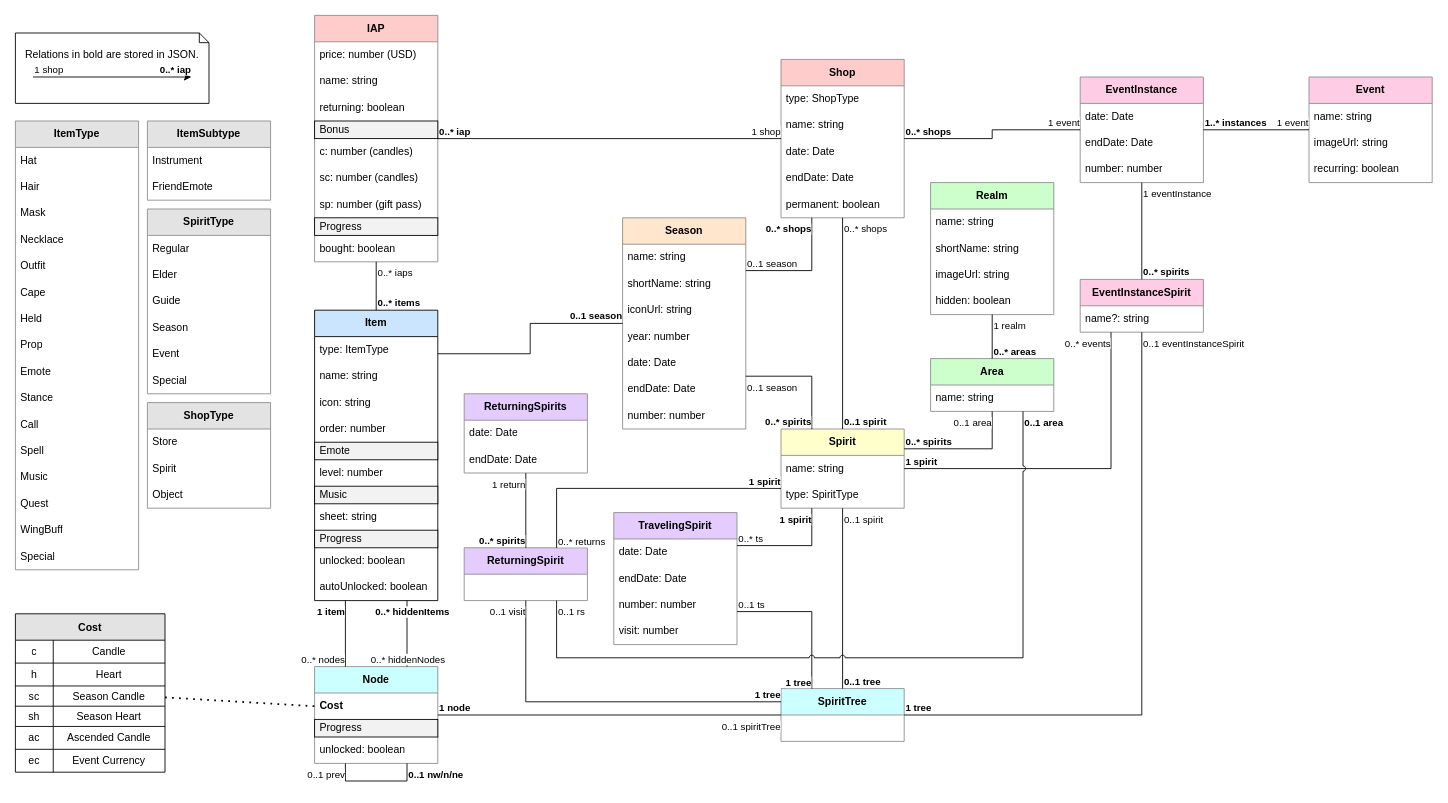
Earlier version of the draw.io diagram diagrams/SkyPlannerData.drawio (Silverfeelin/SkyGame-Planner). Source tidied: cells renumbered, new cells numbered last; positions are measured from the earlier drawing's top-left corner, leaving out a move shared by most shapes. Both pictures are drawn from the tidied source at 88%, with x=0, y=0 at pixel (15, 15).
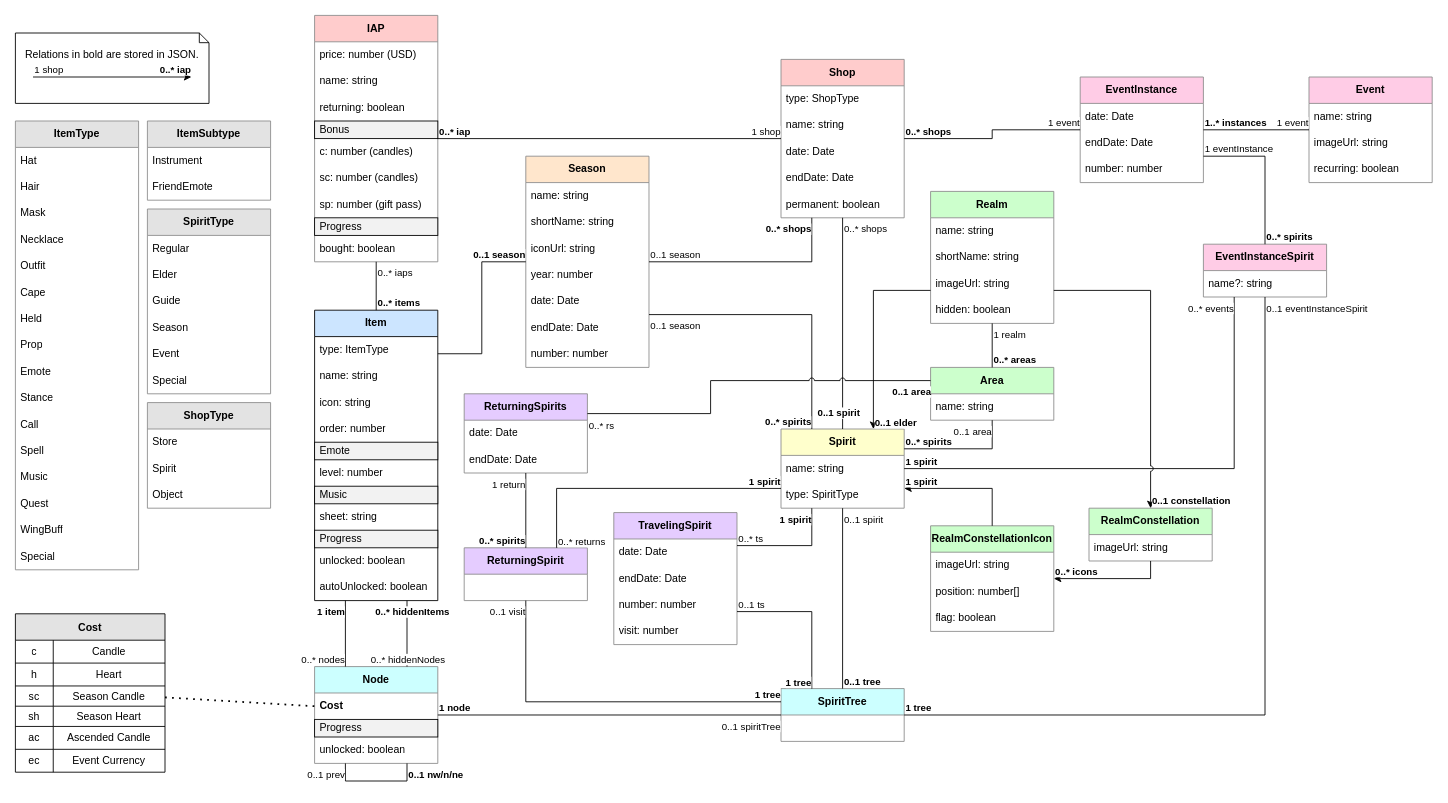
The same page after the edit.

The change refers to these unchanged cells:
```xml
<mxCell id="56" value="ReturningSpirits" style="swimlane;fontStyle=1;horizontal=1;startSize=30;whiteSpace=wrap;html=1;fillStyle=auto;strokeColor=#8C8C8C;fillColor=#E5CCFF;" parent="1" vertex="1">
  <mxGeometry x="510" y="430" width="140" height="90" as="geometry" />
</mxCell>
<mxCell id="59" value="ReturningSpirit" style="swimlane;fontStyle=1;horizontal=1;startSize=30;whiteSpace=wrap;html=1;fillStyle=auto;strokeColor=#8C8C8C;fillColor=#E5CCFF;" parent="1" vertex="1">
  <mxGeometry x="510" y="605" width="140" height="60" as="geometry" />
</mxCell>
<mxCell id="68" value="Shop" style="swimlane;fontStyle=1;horizontal=1;startSize=30;whiteSpace=wrap;html=1;fillStyle=auto;strokeColor=#8C8C8C;fillColor=#FFCCCC;" parent="1" vertex="1">
  <mxGeometry x="870" y="50" width="140" height="180" as="geometry" />
</mxCell>
<mxCell id="75" value="Spirit" style="swimlane;fontStyle=1;horizontal=1;startSize=30;whiteSpace=wrap;html=1;fillStyle=auto;strokeColor=#8C8C8C;fillColor=#FFFFCC;" parent="1" vertex="1">
  <mxGeometry x="870" y="470" width="140" height="90" as="geometry" />
</mxCell>
<mxCell id="93" value="EventInstance" style="swimlane;fontStyle=1;horizontal=1;startSize=30;whiteSpace=wrap;html=1;fillStyle=auto;strokeColor=#8C8C8C;fillColor=#FFCCE6;" parent="1" vertex="1">
  <mxGeometry x="1210" y="70" width="140" height="120" as="geometry" />
</mxCell>
<mxCell id="143" style="endArrow=none;html=1;rounded=0;edgeStyle=orthogonalEdgeStyle;elbow=vertical;endFill=0;jumpStyle=none;exitX=0.5;exitY=1;exitDx=0;exitDy=0;entryX=0.5;entryY=0;entryDx=0;entryDy=0;" parent="1" edge="1" source="68" target="75">
  <mxGeometry relative="1" as="geometry" />
</mxCell>
```

Change to the diagram source:
```diff
@@
     <mxCell id="45" value="Area" style="swimlane;fontStyle=1;horizontal=1;startSize=30;whiteSpace=wrap;html=1;fillStyle=auto;strokeColor=#8C8C8C;fillColor=#CCFFCC;" parent="1" vertex="1">
-      <mxGeometry x="1040" y="390" width="140" height="60" as="geometry" />
+      <mxGeometry x="1040" y="400" width="140" height="60" as="geometry" />
     </mxCell>
@@
     <mxCell id="47" value="Realm" style="swimlane;fontStyle=1;horizontal=1;startSize=30;whiteSpace=wrap;html=1;fillStyle=auto;strokeColor=#8C8C8C;fillColor=#CCFFCC;" parent="1" vertex="1">
-      <mxGeometry x="1040" y="190" width="140" height="150" as="geometry" />
+      <mxGeometry x="1040" y="200" width="140" height="150" as="geometry" />
     </mxCell>
@@
     <mxCell id="60" value="Season" style="swimlane;fontStyle=1;horizontal=1;startSize=30;whiteSpace=wrap;html=1;fillStyle=auto;strokeColor=#8C8C8C;fillColor=#FFE6CC;" parent="1" vertex="1">
-      <mxGeometry x="690" y="230" width="140" height="240" as="geometry" />
+      <mxGeometry x="580" y="160" width="140" height="240" as="geometry" />
     </mxCell>
@@
     <mxCell id="129" value="EventInstanceSpirit" style="swimlane;fontStyle=1;horizontal=1;startSize=30;whiteSpace=wrap;html=1;fillStyle=auto;strokeColor=#8C8C8C;fillColor=#FFCCE6;" parent="1" vertex="1">
-      <mxGeometry x="1210" y="300" width="140" height="60" as="geometry" />
+      <mxGeometry x="1350" y="260" width="140" height="60" as="geometry" />
     </mxCell>
@@
-    <mxCell id="135" style="endArrow=none;html=1;rounded=0;edgeStyle=orthogonalEdgeStyle;elbow=vertical;endFill=0;" parent="1" edge="1" source="129" target="93">
+    <mxCell id="135" style="endArrow=none;html=1;rounded=0;edgeStyle=orthogonalEdgeStyle;elbow=vertical;endFill=0;entryX=1;entryY=0.75;entryDx=0;entryDy=0;exitX=0.5;exitY=0;exitDx=0;exitDy=0;" parent="1" edge="1" source="129" target="93">
       <mxGeometry relative="1" as="geometry" />
     </mxCell>
@@
-    <mxCell id="138" value="1 eventInstance" style="edgeLabel;html=1;align=left;verticalAlign=top;fillStyle=auto;strokeColor=#8C8C8C;fillColor=#E3E3E3;fontStyle=0;" parent="135" vertex="1">
+    <mxCell id="138" value="1 eventInstance" style="edgeLabel;html=1;align=left;verticalAlign=bottom;fillStyle=auto;strokeColor=#8C8C8C;fillColor=#E3E3E3;fontStyle=0;" parent="135" vertex="1">
       <mxGeometry x="1" relative="1" as="geometry" />
     </mxCell>
@@
     <mxCell id="146" value="0..1 spirit" style="edgeLabel;html=1;align=left;verticalAlign=bottom;fillStyle=auto;strokeColor=#8C8C8C;fillColor=#E3E3E3;fontStyle=1;" parent="143" vertex="1">
-      <mxGeometry x="1" relative="1" as="geometry" />
+      <mxGeometry x="1" relative="1" as="geometry">
+        <mxPoint x="-30" y="-10" as="offset" />
+      </mxGeometry>
     </mxCell>
-    <mxCell id="147" style="endArrow=none;html=1;rounded=0;edgeStyle=orthogonalEdgeStyle;elbow=vertical;endFill=0;jumpStyle=none;exitX=0.25;exitY=1;exitDx=0;exitDy=0;entryX=1;entryY=0.25;entryDx=0;entryDy=0;" parent="1" edge="1" source="68" target="60">
+    <mxCell id="147" style="endArrow=none;html=1;rounded=0;edgeStyle=orthogonalEdgeStyle;elbow=vertical;endFill=0;jumpStyle=none;exitX=0.25;exitY=1;exitDx=0;exitDy=0;entryX=1;entryY=0.5;entryDx=0;entryDy=0;" parent="1" edge="1" source="68" target="60">
       <mxGeometry relative="1" as="geometry" />
     </mxCell>
@@
-    <mxCell id="187" style="endArrow=none;html=1;rounded=0;edgeStyle=orthogonalEdgeStyle;elbow=vertical;endFill=0;entryX=0.75;entryY=1;entryDx=0;entryDy=0;exitX=0.75;exitY=1;exitDx=0;exitDy=0;jumpStyle=arc;" parent="1" edge="1" source="59" target="45">
+    <mxCell id="187" style="endArrow=none;html=1;rounded=0;edgeStyle=orthogonalEdgeStyle;elbow=vertical;endFill=0;entryX=0;entryY=0.25;entryDx=0;entryDy=0;exitX=1;exitY=0.25;exitDx=0;exitDy=0;jumpStyle=arc;" parent="1" edge="1" source="56" target="45">
       <mxGeometry relative="1" as="geometry">
         <Array as="points">
-          <mxPoint x="615" y="730" />
-          <mxPoint x="1145" y="730" />
+          <mxPoint x="790" y="452" />
+          <mxPoint x="790" y="415" />
         </Array>
       </mxGeometry>
     </mxCell>
@@
-    <mxCell id="189" value="&lt;span style=&quot;font-weight: normal;&quot;&gt;0..1 rs&lt;/span&gt;" style="edgeLabel;html=1;align=left;verticalAlign=top;fillStyle=auto;strokeColor=#8C8C8C;fillColor=#E3E3E3;fontStyle=1;" parent="187" vertex="1">
+    <mxCell id="189" value="&lt;span style=&quot;font-weight: normal;&quot;&gt;0..* rs&lt;/span&gt;" style="edgeLabel;html=1;align=left;verticalAlign=top;fillStyle=auto;strokeColor=#8C8C8C;fillColor=#E3E3E3;fontStyle=1;" parent="187" vertex="1">
       <mxGeometry x="-1" relative="1" as="geometry" />
     </mxCell>
-    <mxCell id="190" value="0..1 area" style="edgeLabel;html=1;align=left;verticalAlign=top;fillStyle=auto;strokeColor=#8C8C8C;fillColor=#E3E3E3;fontStyle=1;" parent="187" vertex="1">
+    <mxCell id="190" value="0..1 area" style="edgeLabel;html=1;align=right;verticalAlign=top;fillStyle=auto;strokeColor=#8C8C8C;fillColor=#E3E3E3;fontStyle=1;" parent="187" vertex="1">
       <mxGeometry x="1" relative="1" as="geometry" />
     </mxCell>
@@
+    <mxCell id="225" style="endArrow=classic;html=1;rounded=0;edgeStyle=orthogonalEdgeStyle;elbow=vertical;endFill=1;entryX=0.75;entryY=0;entryDx=0;entryDy=0;exitX=0;exitY=0.75;exitDx=0;exitDy=0;" parent="1" edge="1" source="47" target="75">
+      <mxGeometry relative="1" as="geometry" />
+    </mxCell>
+    <mxCell id="226" value="&lt;br&gt;" style="edgeLabel;html=1;align=center;verticalAlign=middle;fillStyle=auto;strokeColor=#8C8C8C;fillColor=#E3E3E3;" parent="225" vertex="1">
+      <mxGeometry relative="1" as="geometry" />
+    </mxCell>
+    <mxCell id="227" style="edgeLabel;html=1;align=right;verticalAlign=top;fillStyle=auto;strokeColor=#8C8C8C;fillColor=#E3E3E3;" parent="225" vertex="1">
+      <mxGeometry x="-1" relative="1" as="geometry" />
+    </mxCell>
+    <mxCell id="228" value="0..1 elder" style="edgeLabel;html=1;align=left;verticalAlign=bottom;fillStyle=auto;strokeColor=#8C8C8C;fillColor=#E3E3E3;fontStyle=1;" parent="225" vertex="1">
+      <mxGeometry x="1" relative="1" as="geometry" />
+    </mxCell>
+    <mxCell id="229" value="RealmConstellation" style="swimlane;fontStyle=1;horizontal=1;startSize=30;whiteSpace=wrap;html=1;fillStyle=auto;strokeColor=#8C8C8C;fillColor=#CCFFCC;" parent="1" vertex="1">
+      <mxGeometry x="1220" y="560" width="140" height="60" as="geometry" />
+    </mxCell>
+    <mxCell id="230" value="imageUrl: string" style="text;strokeColor=none;fillColor=none;align=left;verticalAlign=middle;spacingLeft=4;spacingRight=4;overflow=hidden;whiteSpace=wrap;html=1;fillStyle=auto;" parent="229" vertex="1">
+      <mxGeometry y="30" width="140" height="30" as="geometry" />
+    </mxCell>
+    <mxCell id="231" value="RealmConstellationIcon" style="swimlane;fontStyle=1;horizontal=1;startSize=30;whiteSpace=wrap;html=1;fillStyle=auto;strokeColor=#8C8C8C;fillColor=#CCFFCC;" parent="1" vertex="1">
+      <mxGeometry x="1040" y="580" width="140" height="120" as="geometry" />
+    </mxCell>
+    <mxCell id="232" value="imageUrl: string" style="text;strokeColor=none;fillColor=none;align=left;verticalAlign=middle;spacingLeft=4;spacingRight=4;overflow=hidden;whiteSpace=wrap;html=1;fillStyle=auto;" parent="231" vertex="1">
+      <mxGeometry y="30" width="140" height="30" as="geometry" />
+    </mxCell>
+    <mxCell id="233" value="position: number[]" style="text;strokeColor=none;fillColor=none;align=left;verticalAlign=middle;spacingLeft=4;spacingRight=4;overflow=hidden;whiteSpace=wrap;html=1;fillStyle=auto;" parent="231" vertex="1">
+      <mxGeometry y="60" width="140" height="30" as="geometry" />
+    </mxCell>
+    <mxCell id="234" value="flag: boolean" style="text;strokeColor=none;fillColor=none;align=left;verticalAlign=middle;spacingLeft=4;spacingRight=4;overflow=hidden;whiteSpace=wrap;html=1;fillStyle=auto;" parent="231" vertex="1">
+      <mxGeometry y="90" width="140" height="30" as="geometry" />
+    </mxCell>
+    <mxCell id="235" style="endArrow=none;html=1;rounded=0;edgeStyle=orthogonalEdgeStyle;elbow=vertical;endFill=0;entryX=1;entryY=0.75;entryDx=0;entryDy=0;exitX=0.5;exitY=0;exitDx=0;exitDy=0;jumpStyle=arc;startArrow=classic;startFill=1;" parent="1" edge="1" source="229" target="47">
+      <mxGeometry relative="1" as="geometry" />
+    </mxCell>
+    <mxCell id="236" value="&lt;br&gt;" style="edgeLabel;html=1;align=center;verticalAlign=middle;fillStyle=auto;strokeColor=#8C8C8C;fillColor=#E3E3E3;" parent="235" vertex="1">
+      <mxGeometry relative="1" as="geometry" />
+    </mxCell>
+    <mxCell id="237" value="0..1 constellation" style="edgeLabel;html=1;align=left;verticalAlign=bottom;fillStyle=auto;strokeColor=#8C8C8C;fillColor=#E3E3E3;fontStyle=1;" parent="235" vertex="1">
+      <mxGeometry x="-1" relative="1" as="geometry" />
+    </mxCell>
+    <mxCell id="238" style="edgeLabel;html=1;align=right;verticalAlign=top;fillStyle=auto;strokeColor=#8C8C8C;fillColor=#E3E3E3;fontStyle=0;" parent="235" vertex="1">
+      <mxGeometry x="1" relative="1" as="geometry" />
+    </mxCell>
+    <mxCell id="239" style="endArrow=none;html=1;rounded=0;edgeStyle=orthogonalEdgeStyle;elbow=vertical;endFill=0;exitX=1;exitY=0.5;exitDx=0;exitDy=0;jumpStyle=arc;startArrow=classic;startFill=1;entryX=0.5;entryY=1;entryDx=0;entryDy=0;" parent="1" edge="1" source="231" target="229">
+      <mxGeometry relative="1" as="geometry" />
+    </mxCell>
+    <mxCell id="240" value="&lt;br&gt;" style="edgeLabel;html=1;align=center;verticalAlign=middle;fillStyle=auto;strokeColor=#8C8C8C;fillColor=#E3E3E3;" parent="239" vertex="1">
+      <mxGeometry relative="1" as="geometry" />
+    </mxCell>
+    <mxCell id="241" value="0..* icons" style="edgeLabel;html=1;align=left;verticalAlign=bottom;fillStyle=auto;strokeColor=#8C8C8C;fillColor=#E3E3E3;fontStyle=1;" parent="239" vertex="1">
+      <mxGeometry x="-1" relative="1" as="geometry" />
+    </mxCell>
+    <mxCell id="242" style="edgeLabel;html=1;align=right;verticalAlign=top;fillStyle=auto;strokeColor=#8C8C8C;fillColor=#E3E3E3;fontStyle=0;" parent="239" vertex="1">
+      <mxGeometry x="1" relative="1" as="geometry" />
+    </mxCell>
+    <mxCell id="243" style="endArrow=none;html=1;rounded=0;edgeStyle=orthogonalEdgeStyle;elbow=vertical;endFill=0;exitX=1;exitY=0.75;exitDx=0;exitDy=0;jumpStyle=arc;startArrow=classic;startFill=1;entryX=0.5;entryY=0;entryDx=0;entryDy=0;" parent="1" edge="1" source="75" target="231">
+      <mxGeometry relative="1" as="geometry" />
+    </mxCell>
+    <mxCell id="244" value="&lt;br&gt;" style="edgeLabel;html=1;align=center;verticalAlign=middle;fillStyle=auto;strokeColor=#8C8C8C;fillColor=#E3E3E3;" parent="243" vertex="1">
+      <mxGeometry relative="1" as="geometry" />
+    </mxCell>
+    <mxCell id="245" value="1 spirit" style="edgeLabel;html=1;align=left;verticalAlign=bottom;fillStyle=auto;strokeColor=#8C8C8C;fillColor=#E3E3E3;fontStyle=1;" parent="243" vertex="1">
+      <mxGeometry x="-1" relative="1" as="geometry" />
+    </mxCell>
+    <mxCell id="246" style="edgeLabel;html=1;align=right;verticalAlign=top;fillStyle=auto;strokeColor=#8C8C8C;fillColor=#E3E3E3;fontStyle=0;" parent="243" vertex="1">
+      <mxGeometry x="1" relative="1" as="geometry" />
+    </mxCell>
```
